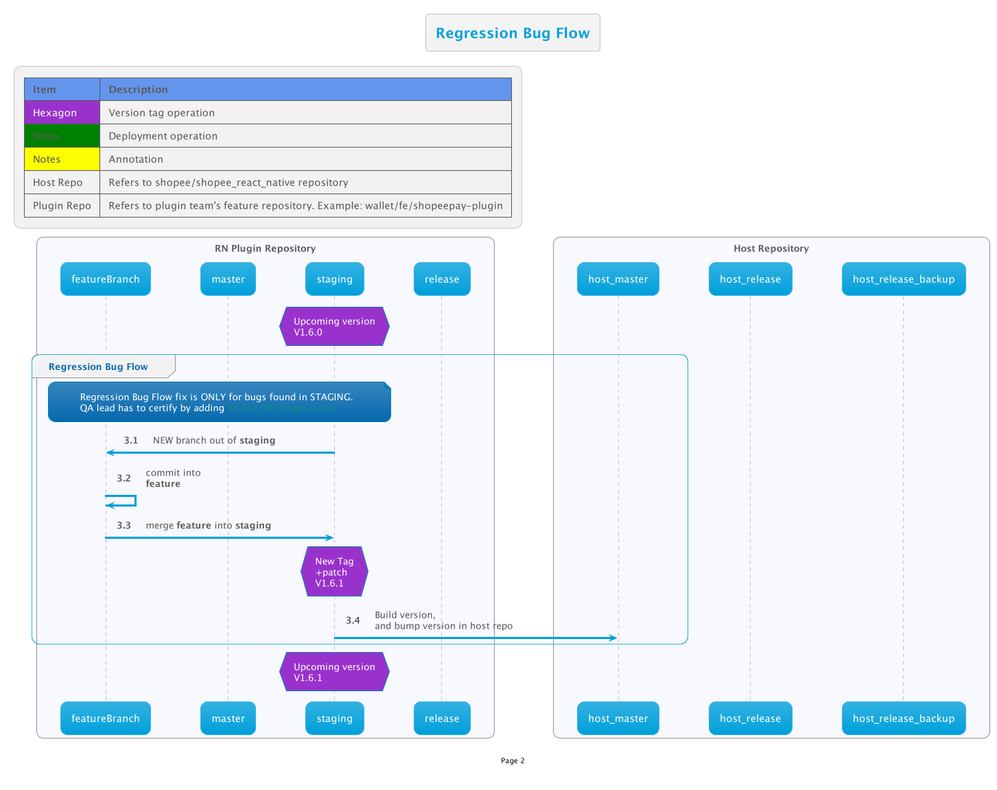
Above: out/RNReview/CodeMergeFlow/2/2.png in thetomitomo/diagrams (PlantUML), before the change.
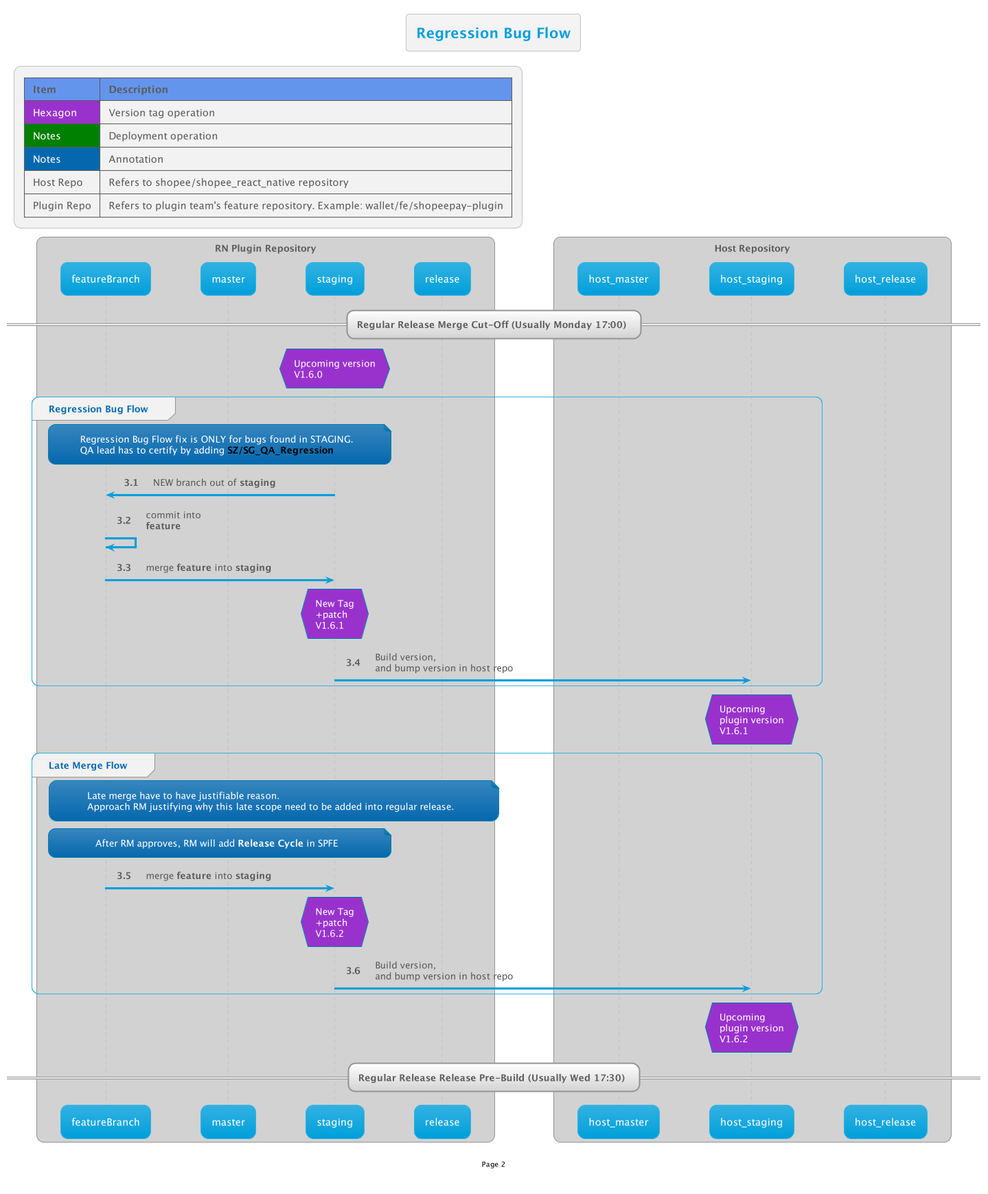
After the commit.

Commit message:
RN irreg code merge flow

What changed in the source:
```diff
@@ -5,18 +5,31 @@
 
 title Regression Bug Flow
 
+== Regular Release Merge Cut-Off (Usually Monday 17:00) ==
+
 hnote over staging #DarkOrchid: Upcoming version\nV1.6.0
 
 group Regression Bug Flow
-    note over FB, staging : Regression Bug Flow fix is ONLY for bugs found in STAGING.\nQA lead has to certify by adding <b><color #118888>SZ/SG_QA_Regression</color></b>
+    note over FB, staging : Regression Bug Flow fix is ONLY for bugs found in STAGING.\nQA lead has to certify by adding <b><color #black>SZ/SG_QA_Regression</color></b>
     staging -> FB: NEW branch out of <b>staging</b>
     FB -> FB: commit into\n<b>feature</b>
     FB -> staging: merge <b>feature</b> into <b>staging</b>
     hnote over staging #DarkOrchid:New Tag\n+patch\nV1.6.1
-    staging -> host_master: Build version,\nand bump version in host repo
-
+    staging -> host_staging: Build version,\nand bump version in host repo
 end
 
-hnote over staging #DarkOrchid: Upcoming version\nV1.6.1
+hnote over host_staging #DarkOrchid: Upcoming\nplugin version\nV1.6.1
+
+group Late Merge Flow
+    note over FB, release : Late merge have to have justifiable reason.\nApproach RM justifying why this late scope need to be added into regular release.
+    note over FB, staging : After RM approves, RM will add <b>Release Cycle</b> in SPFE
+    FB -> staging: merge <b>feature</b> into <b>staging</b>
+    hnote over staging #DarkOrchid:New Tag\n+patch\nV1.6.2
+    staging -> host_staging: Build version,\nand bump version in host repo
+end
+
+hnote over host_staging #DarkOrchid: Upcoming\nplugin version\nV1.6.2
+
+== Regular Release Release Pre-Build (Usually Wed 17:30) ==
 
 @enduml
```
